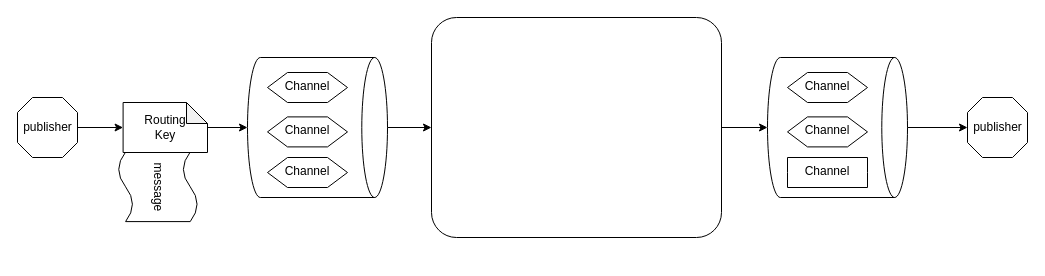
This is Untitled Diagram.drawio from linlin8/linlin8.github.io, a draw.io file, before an edit. Source tidied: cells renumbered, new cells numbered last; positions are measured from the earlier drawing's top-left corner, leaving out a move shared by most shapes. Both pictures are drawn from the tidied source at 100%, with x=0, y=0 at pixel (17, 17).
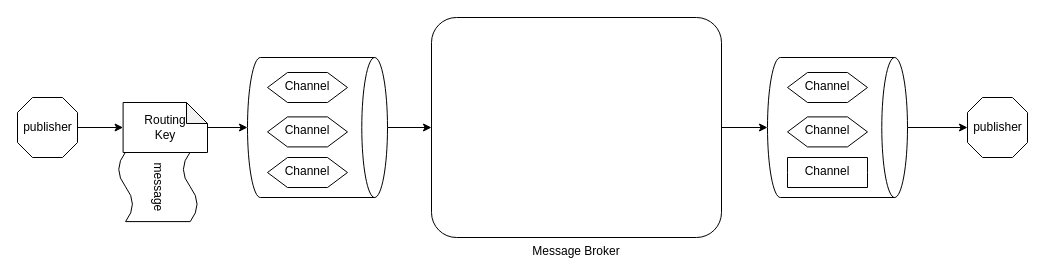
Above is the later version.

Diff of the diagram source:
```diff
@@
-    <mxCell id="5" style="rounded=1;whiteSpace=wrap;html=1;absoluteArcSize=1;arcSize=50;strokeWidth=1;shadow=0;sketch=0;verticalAlign=top;" parent="1" vertex="1">
+    <mxCell id="5" value="Message Broker" style="rounded=1;whiteSpace=wrap;html=1;absoluteArcSize=1;arcSize=50;strokeWidth=1;shadow=0;sketch=0;verticalAlign=top;labelPosition=center;verticalLabelPosition=bottom;align=center;" parent="1" vertex="1">
       <mxGeometry x="414" width="290" height="220" as="geometry" />
     </mxCell>
```
